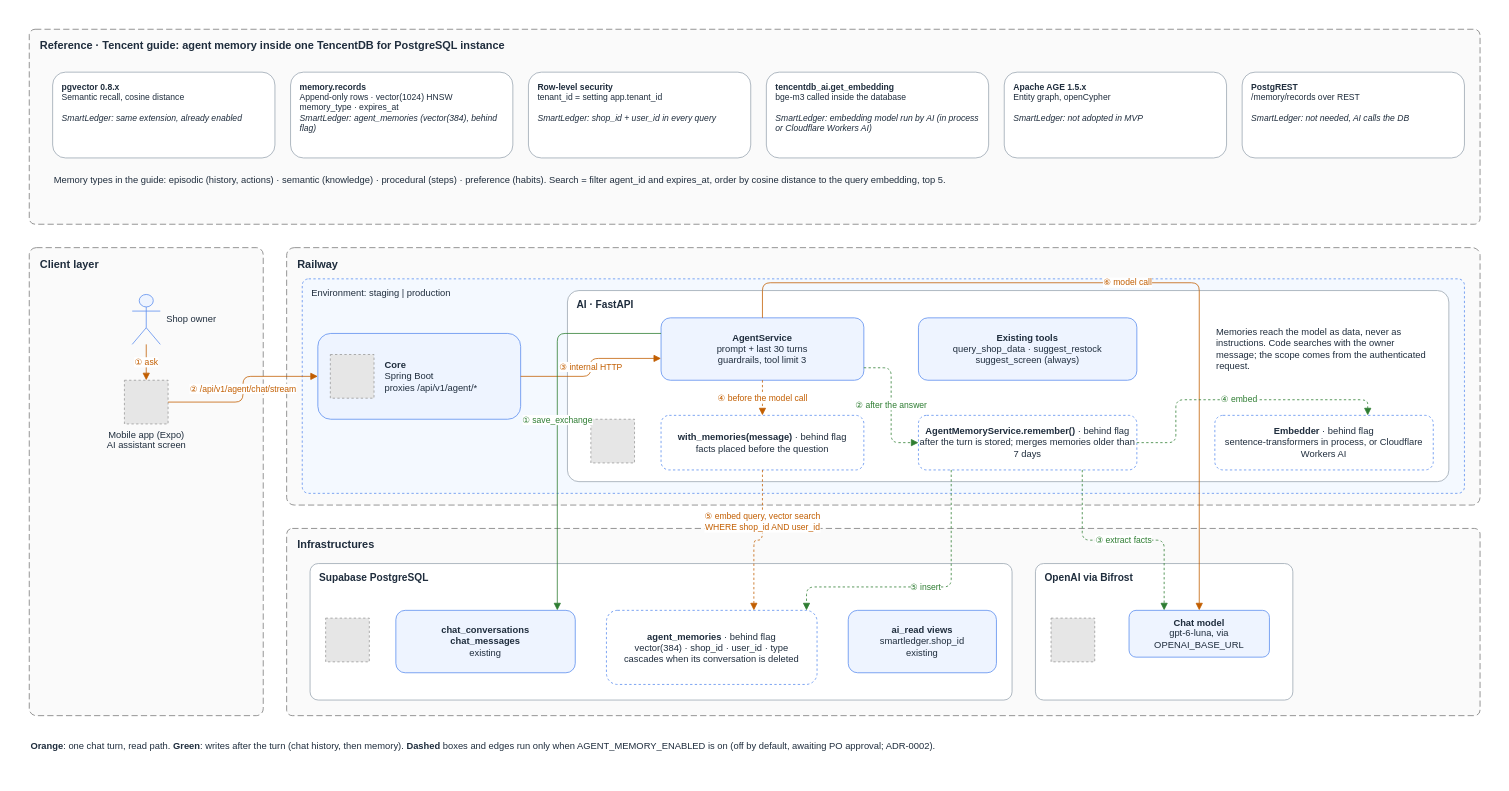
Before: docs/architecture/diagrams/src/agent-memory.drawio in miphu2804/smart-ledger, a draw.io diagram. Source tidied: cells renumbered, new cells numbered last; positions are measured from the earlier drawing's top-left corner, leaving out a move shared by most shapes. Both pictures are drawn from the tidied source at 78%, with x=0, y=0 at pixel (13, 13). Pictures stored in the file or linked from it are replaced by grey dashed boxes.
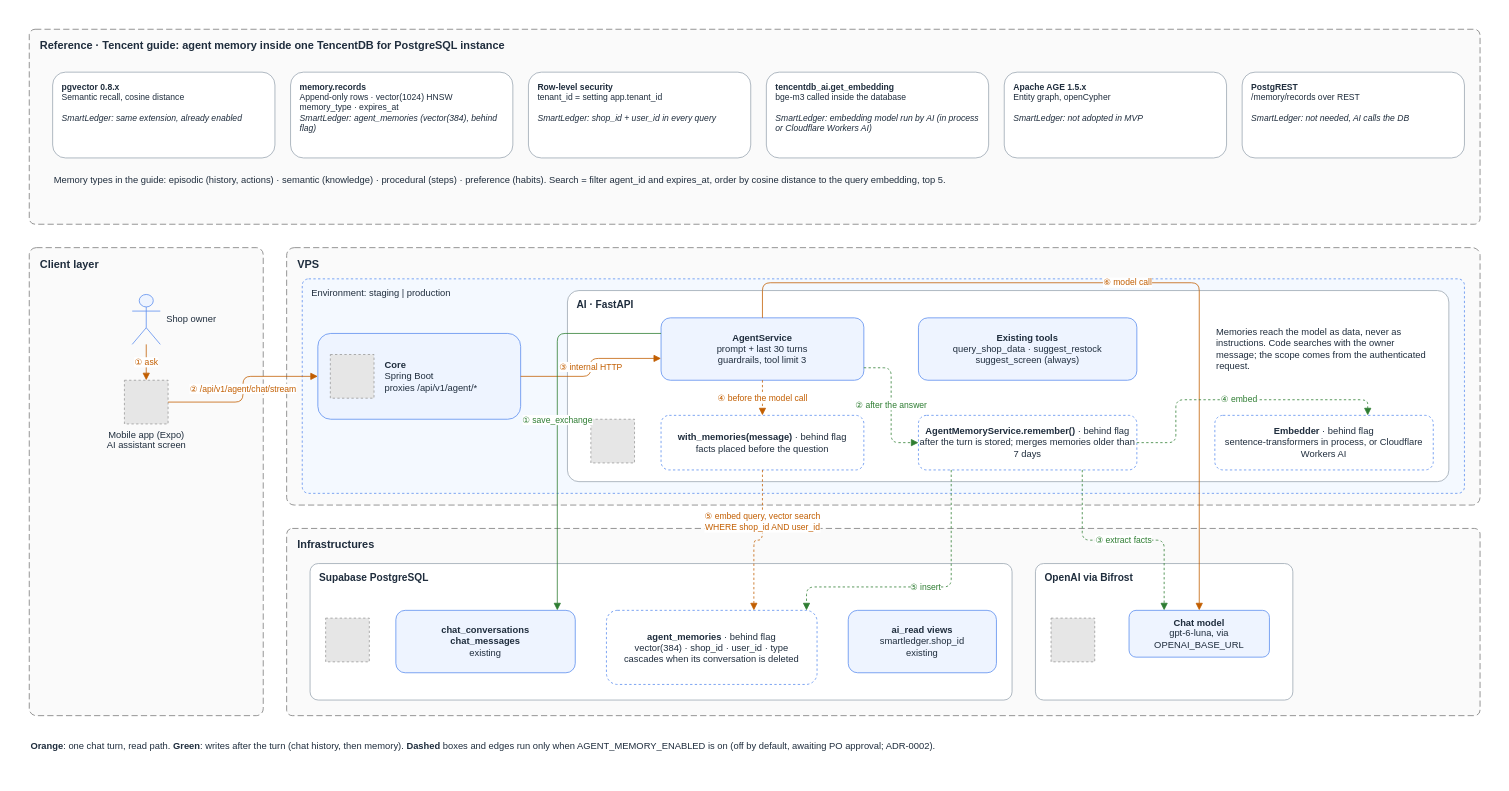
The same diagram, later.

Commit message (it also covers changes not shown here):
docs: describe the backend host as the vps instead of railway

The edit, as a diff of the source:
```diff
@@
-    <mxCell id="14" value="Railway" style="rounded=1;arcSize=3;whiteSpace=wrap;html=1;dashed=1;dashPattern=8 4;fillColor=#fafafa;strokeColor=#7a7a7a;fontColor=#1f2d3d;verticalAlign=top;align=left;spacingLeft=12;spacingTop=6;fontStyle=1;fontSize=14;" parent="1" vertex="1">
+    <mxCell id="14" value="VPS" style="rounded=1;arcSize=3;whiteSpace=wrap;html=1;dashed=1;dashPattern=8 4;fillColor=#fafafa;strokeColor=#7a7a7a;fontColor=#1f2d3d;verticalAlign=top;align=left;spacingLeft=12;spacingTop=6;fontStyle=1;fontSize=14;" parent="1" vertex="1">
       <mxGeometry x="350" y="300" width="1530" height="330" as="geometry" />
     </mxCell>
```
